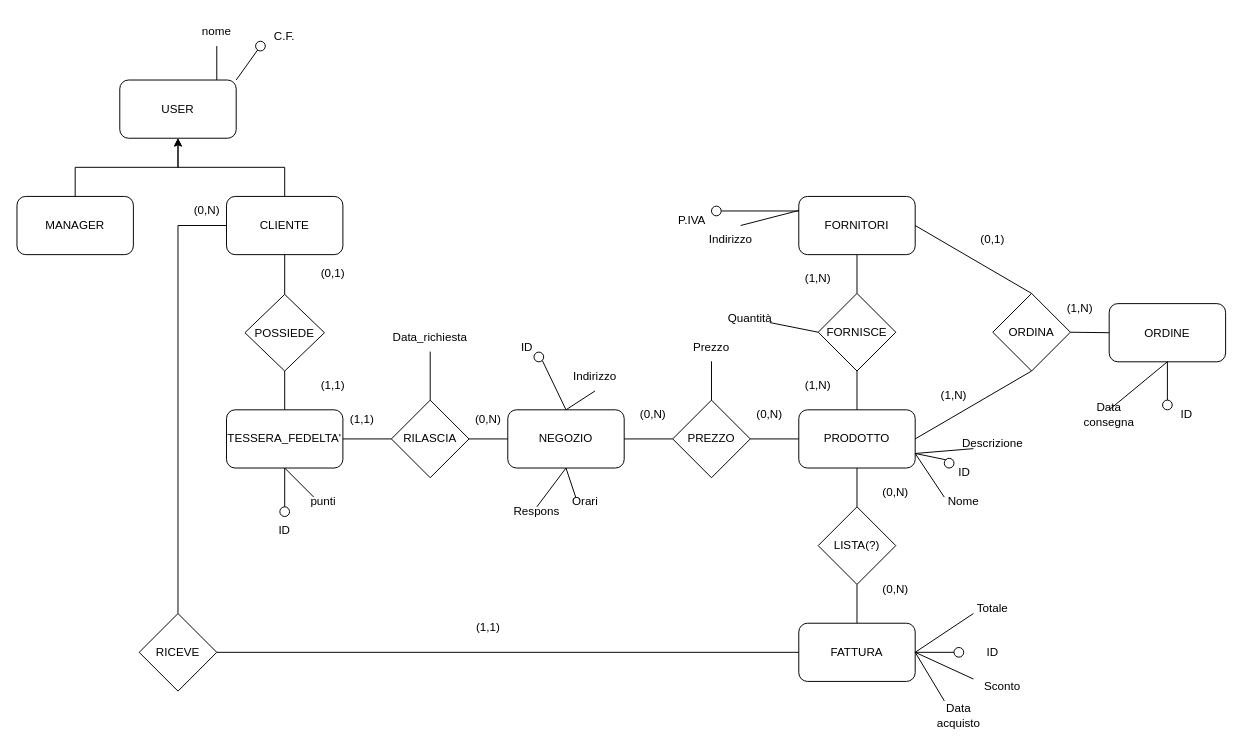
Before: docs/schema_ER/Diagramma_ER_NR.drawio in Giann8/Progetto_DB_UNI, a draw.io diagram. Source tidied: cells renumbered, new cells numbered last; positions are measured from the earlier drawing's top-left corner, leaving out a move shared by most shapes. Both pictures are drawn from the tidied source at 97%, with x=0, y=0 at pixel (16, 16).
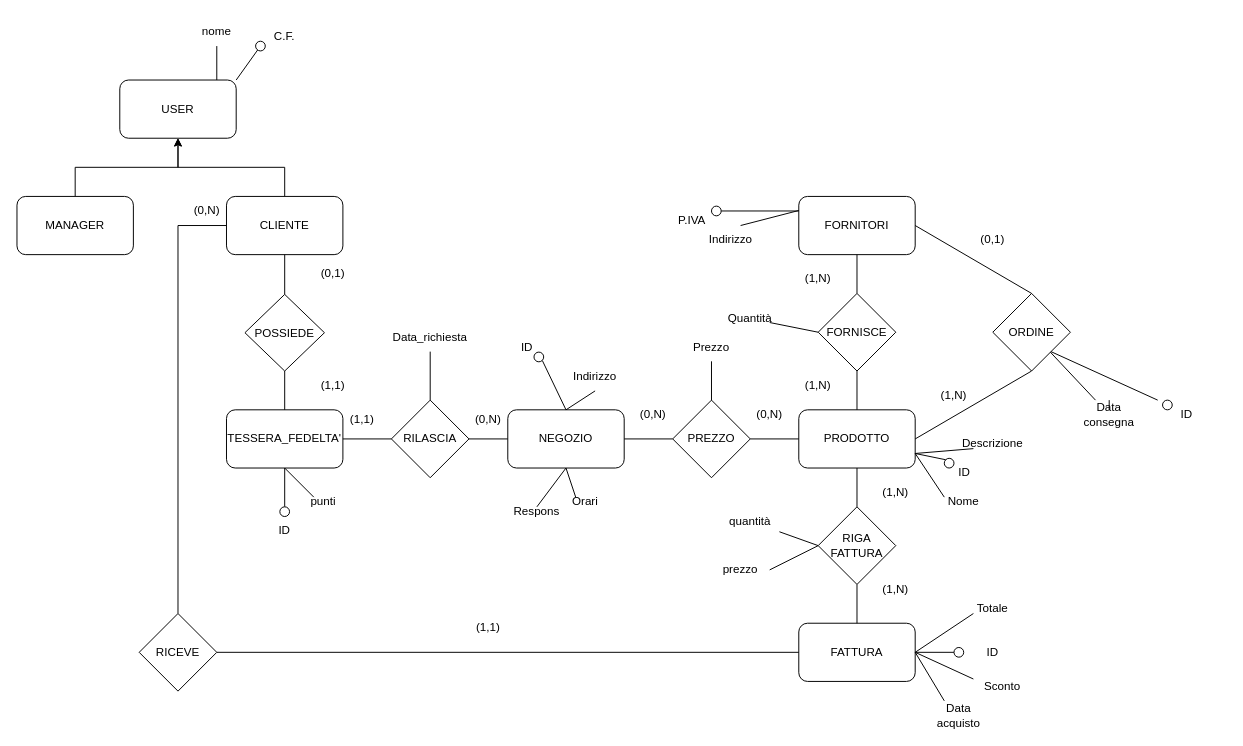
The same diagram, later.

Unchanged cells that the change refers to:
```xml
<mxCell id="74" value="ID" style="text;html=1;align=center;verticalAlign=middle;whiteSpace=wrap;rounded=0;" parent="1" vertex="1">
  <mxGeometry x="1176" y="395" width="60" height="30" as="geometry" />
</mxCell>
```

Diff of the diagram source:
```diff
@@
-    <mxCell id="6" value="ORDINE" style="rounded=1;whiteSpace=wrap;html=1;" parent="1" vertex="1">
-      <mxGeometry x="1126" y="295.5" width="120" height="60" as="geometry" />
-    </mxCell>
@@
-    <mxCell id="27" value="LISTA(?)" style="rhombus;whiteSpace=wrap;html=1;" parent="1" vertex="1">
+    <mxCell id="27" value="RIGA FATTURA" style="rhombus;whiteSpace=wrap;html=1;" parent="1" vertex="1">
       <mxGeometry x="826" y="505" width="80" height="80" as="geometry" />
     </mxCell>
@@
-    <mxCell id="30" value="ORDINA" style="rhombus;whiteSpace=wrap;html=1;" parent="1" vertex="1">
+    <mxCell id="30" value="ORDINE" style="rhombus;whiteSpace=wrap;html=1;" parent="1" vertex="1">
       <mxGeometry x="1006" y="285" width="80" height="80" as="geometry" />
     </mxCell>
@@
-    <mxCell id="33" style="endArrow=none;html=1;rounded=0;exitX=1;exitY=0.5;exitDx=0;exitDy=0;entryX=0;entryY=0.5;entryDx=0;entryDy=0;" parent="1" edge="1" source="30" target="6">
-      <mxGeometry relative="1" as="geometry" />
-    </mxCell>
@@
-    <mxCell id="44" value="(0,N)" style="text;html=1;align=center;verticalAlign=middle;whiteSpace=wrap;rounded=0;" parent="1" vertex="1">
+    <mxCell id="44" value="(1,N)" style="text;html=1;align=center;verticalAlign=middle;whiteSpace=wrap;rounded=0;" parent="1" vertex="1">
       <mxGeometry x="876" y="575" width="60" height="30" as="geometry" />
     </mxCell>
-    <mxCell id="45" value="(0,N)" style="text;html=1;align=center;verticalAlign=middle;whiteSpace=wrap;rounded=0;" parent="1" vertex="1">
+    <mxCell id="45" value="(1,N)" style="text;html=1;align=center;verticalAlign=middle;whiteSpace=wrap;rounded=0;" parent="1" vertex="1">
       <mxGeometry x="876" y="475" width="60" height="30" as="geometry" />
     </mxCell>
@@
-    <mxCell id="49" value="(1,N)" style="text;html=1;align=center;verticalAlign=middle;whiteSpace=wrap;rounded=0;" parent="1" vertex="1">
-      <mxGeometry x="1066" y="286" width="60" height="30" as="geometry" />
-    </mxCell>
@@
-    <mxCell id="66" style="endArrow=none;html=1;rounded=0;entryX=0.5;entryY=1;entryDx=0;entryDy=0;" parent="1" edge="1" target="6">
-      <mxGeometry relative="1" as="geometry">
-        <mxPoint x="1186" y="395" as="sourcePoint" />
-      </mxGeometry>
+    <mxCell id="66" style="endArrow=none;html=1;rounded=0;entryX=1;entryY=1;entryDx=0;entryDy=0;exitX=0;exitY=0;exitDx=0;exitDy=0;" parent="1" edge="1" source="74" target="30">
+      <mxGeometry relative="1" as="geometry" />
     </mxCell>
@@
-    <mxCell id="88" style="endArrow=none;html=1;rounded=0;entryX=0.5;entryY=1;entryDx=0;entryDy=0;" parent="1" edge="1" target="6">
-      <mxGeometry relative="1" as="geometry">
-        <mxPoint x="1126" y="405" as="sourcePoint" />
-      </mxGeometry>
+    <mxCell id="88" style="endArrow=none;html=1;rounded=0;" parent="1" edge="1" source="89" target="30">
+      <mxGeometry relative="1" as="geometry" />
     </mxCell>
-    <mxCell id="89" value="Data consegna" style="text;html=1;align=center;verticalAlign=middle;whiteSpace=wrap;rounded=0;" parent="1" vertex="1">
-      <mxGeometry x="1096" y="395" width="60" height="30" as="geometry" />
-    </mxCell>
@@
+    <mxCell id="102" style="endArrow=none;html=1;rounded=0;entryX=0;entryY=0.5;entryDx=0;entryDy=0;" parent="1" edge="1" source="103" target="27">
+      <mxGeometry relative="1" as="geometry" />
+    </mxCell>
+    <mxCell id="103" value="&lt;div&gt;quantità&lt;/div&gt;" style="text;html=1;align=center;verticalAlign=middle;whiteSpace=wrap;rounded=0;" parent="1" vertex="1">
+      <mxGeometry x="726" y="505" width="60" height="30" as="geometry" />
+    </mxCell>
+    <mxCell id="104" style="endArrow=none;html=1;rounded=0;entryX=0;entryY=0.5;entryDx=0;entryDy=0;exitX=1;exitY=0.5;exitDx=0;exitDy=0;" parent="1" edge="1" source="105" target="27">
+      <mxGeometry relative="1" as="geometry" />
+    </mxCell>
+    <mxCell id="105" value="prezzo" style="text;html=1;align=center;verticalAlign=middle;whiteSpace=wrap;rounded=0;" parent="1" vertex="1">
+      <mxGeometry x="716" y="555" width="60" height="30" as="geometry" />
+    </mxCell>
+    <mxCell id="106" style="endArrow=none;html=1;rounded=0;" parent="1" edge="1" target="89">
+      <mxGeometry relative="1" as="geometry">
+        <mxPoint x="1126" y="405" as="sourcePoint" />
+      </mxGeometry>
+    </mxCell>
+    <mxCell id="89" value="Data consegna" style="text;html=1;align=center;verticalAlign=middle;whiteSpace=wrap;rounded=0;" parent="1" vertex="1">
+      <mxGeometry x="1096" y="395" width="60" height="30" as="geometry" />
+    </mxCell>
```
